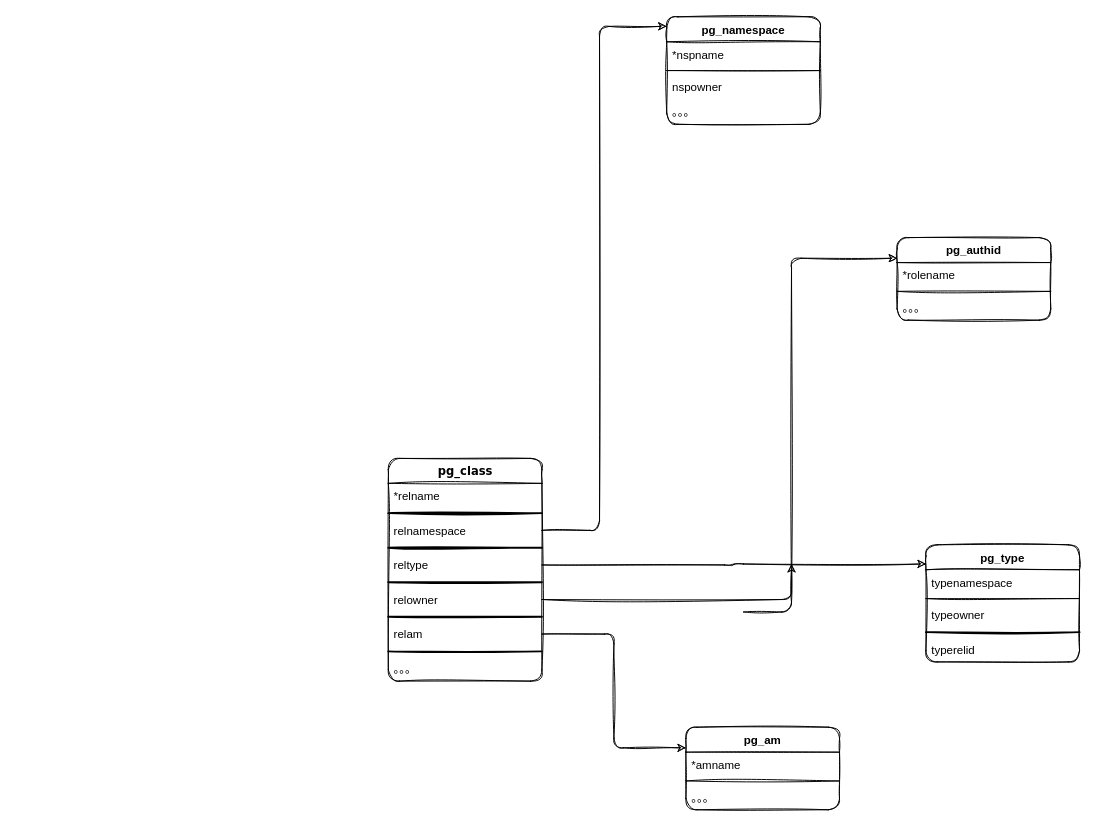
Above: Untitled Diagram.drawio in nullemp/algorithm-visualizer (draw.io), before the change. Source tidied: cells renumbered, new cells numbered last; positions are measured from the earlier drawing's top-left corner, leaving out a move shared by most shapes. Both pictures are drawn from the tidied source at 96%, with x=0, y=0 at pixel (388, 16).
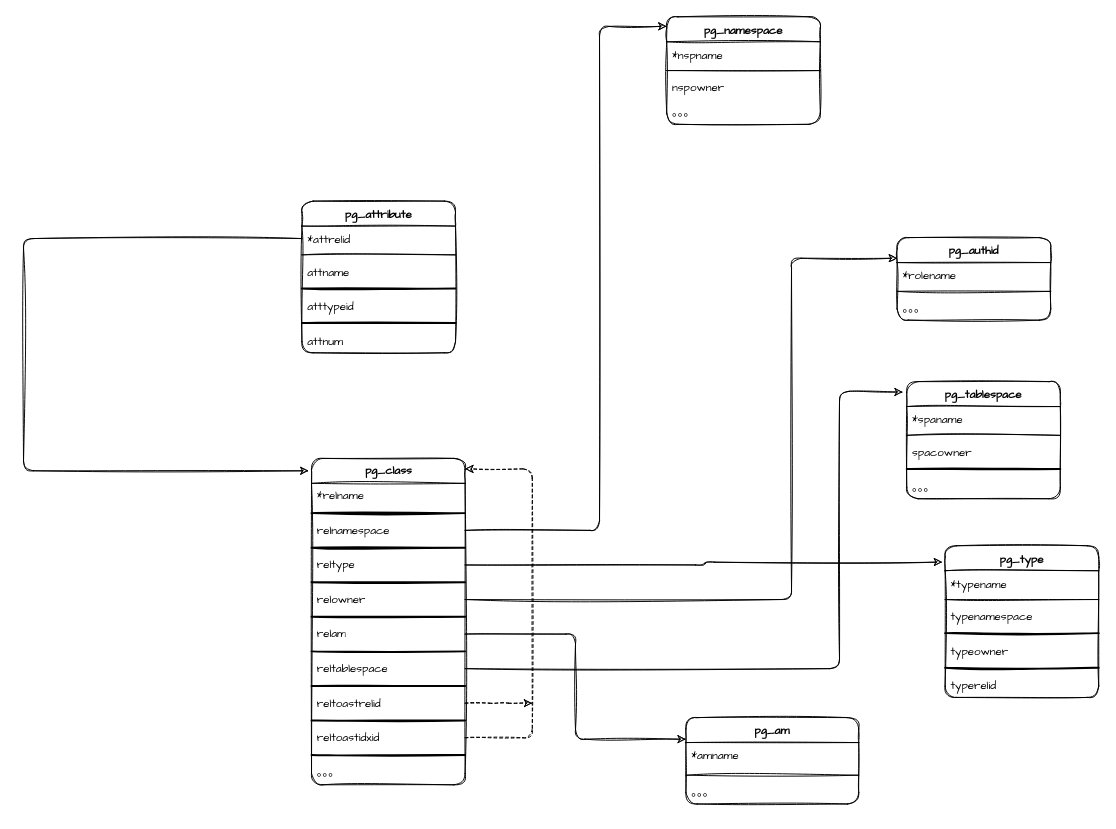
Above is the later version.

Diff of the diagram source:
```diff
@@
-    <mxCell id="2" value="pg_class&lt;br&gt;" style="swimlane;html=1;fontStyle=1;align=center;verticalAlign=top;horizontal=1;startSize=26;swimlaneFillColor=#ffffff;shadow=0;comic=0;labelBackgroundColor=none;strokeWidth=1;fillColor=none;fontFamily=Verdana;fontSize=12;sketch=1;rounded=1;" parent="1" vertex="1">
-      <mxGeometry y="460" width="160" height="232" as="geometry" />
+    <mxCell id="2" value="pg_class&lt;br&gt;" style="swimlane;html=1;fontStyle=1;align=center;verticalAlign=top;horizontal=1;startSize=26;swimlaneFillColor=#ffffff;shadow=0;comic=0;labelBackgroundColor=none;strokeWidth=1;fillColor=none;fontFamily=Comic Sans MS;fontSize=12;sketch=1;rounded=1;" parent="1" vertex="1">
+      <mxGeometry x="-80" y="460" width="160" height="340" as="geometry" />
     </mxCell>
-    <mxCell id="3" value="*relname" style="text;html=1;strokeColor=none;fillColor=none;align=left;verticalAlign=top;spacingLeft=4;spacingRight=4;whiteSpace=wrap;overflow=hidden;sketch=1;rounded=1;" parent="2" vertex="1">
+    <mxCell id="3" value="*relname" style="text;html=1;strokeColor=none;fillColor=none;align=left;verticalAlign=top;spacingLeft=4;spacingRight=4;whiteSpace=wrap;overflow=hidden;sketch=1;rounded=1;fontFamily=Comic Sans MS;" parent="2" vertex="1">
       <mxGeometry y="26" width="160" height="26" as="geometry" />
     </mxCell>
-    <mxCell id="4" style="line;strokeWidth=2;html=1;rounded=1;sketch=1;" parent="2" vertex="1">
+    <mxCell id="4" style="line;strokeWidth=2;html=1;rounded=1;sketch=1;fontFamily=Comic Sans MS;" parent="2" vertex="1">
       <mxGeometry y="52" width="160" height="10" as="geometry" />
     </mxCell>
-    <mxCell id="5" value="relnamespace" style="text;html=1;align=left;verticalAlign=top;spacingLeft=4;spacingRight=4;whiteSpace=wrap;overflow=hidden;points=[[0,0.5],[1,0.5]];portConstraint=eastwest;sketch=1;rounded=1;" parent="2" vertex="1">
+    <mxCell id="5" value="relnamespace" style="text;html=1;align=left;verticalAlign=top;spacingLeft=4;spacingRight=4;whiteSpace=wrap;overflow=hidden;points=[[0,0.5],[1,0.5]];portConstraint=eastwest;sketch=1;rounded=1;fontFamily=Comic Sans MS;" parent="2" vertex="1">
       <mxGeometry y="62" width="160" height="26" as="geometry" />
     </mxCell>
-    <mxCell id="6" style="line;strokeWidth=2;html=1;rounded=1;sketch=1;" parent="2" vertex="1">
+    <mxCell id="6" style="line;strokeWidth=2;html=1;rounded=1;sketch=1;fontFamily=Comic Sans MS;" parent="2" vertex="1">
       <mxGeometry y="88" width="160" height="10" as="geometry" />
     </mxCell>
-    <mxCell id="7" value="reltype" style="text;html=1;strokeColor=none;fillColor=none;align=left;verticalAlign=top;spacingLeft=4;spacingRight=4;whiteSpace=wrap;overflow=hidden;points=[[0,0.5],[1,0.5]];portConstraint=eastwest;sketch=1;rounded=1;" parent="2" vertex="1">
+    <mxCell id="7" value="reltype" style="text;html=1;strokeColor=none;fillColor=none;align=left;verticalAlign=top;spacingLeft=4;spacingRight=4;whiteSpace=wrap;overflow=hidden;points=[[0,0.5],[1,0.5]];portConstraint=eastwest;sketch=1;rounded=1;fontFamily=Comic Sans MS;" parent="2" vertex="1">
       <mxGeometry y="98" width="160" height="26" as="geometry" />
     </mxCell>
-    <mxCell id="8" style="line;strokeWidth=2;html=1;rounded=1;sketch=1;" parent="2" vertex="1">
+    <mxCell id="8" style="line;strokeWidth=2;html=1;rounded=1;sketch=1;fontFamily=Comic Sans MS;" parent="2" vertex="1">
       <mxGeometry y="124" width="160" height="10" as="geometry" />
     </mxCell>
-    <mxCell id="9" value="relowner" style="text;html=1;strokeColor=none;fillColor=none;align=left;verticalAlign=top;spacingLeft=4;spacingRight=4;whiteSpace=wrap;overflow=hidden;points=[[0,0.5],[1,0.5]];portConstraint=eastwest;sketch=1;rounded=1;" parent="2" vertex="1">
+    <mxCell id="9" value="relowner" style="text;html=1;strokeColor=none;fillColor=none;align=left;verticalAlign=top;spacingLeft=4;spacingRight=4;whiteSpace=wrap;overflow=hidden;points=[[0,0.5],[1,0.5]];portConstraint=eastwest;sketch=1;rounded=1;fontFamily=Comic Sans MS;" parent="2" vertex="1">
       <mxGeometry y="134" width="160" height="26" as="geometry" />
     </mxCell>
-    <mxCell id="10" style="line;strokeWidth=2;html=1;rounded=1;sketch=1;" parent="2" vertex="1">
+    <mxCell id="10" style="line;strokeWidth=2;html=1;rounded=1;sketch=1;fontFamily=Comic Sans MS;" parent="2" vertex="1">
       <mxGeometry y="160" width="160" height="10" as="geometry" />
     </mxCell>
-    <mxCell id="11" value="relam" style="text;html=1;strokeColor=none;fillColor=none;align=left;verticalAlign=top;spacingLeft=4;spacingRight=4;whiteSpace=wrap;overflow=hidden;points=[[0,0.5],[1,0.5]];portConstraint=eastwest;sketch=1;rounded=1;" parent="2" vertex="1">
+    <mxCell id="11" value="relam" style="text;html=1;strokeColor=none;fillColor=none;align=left;verticalAlign=top;spacingLeft=4;spacingRight=4;whiteSpace=wrap;overflow=hidden;points=[[0,0.5],[1,0.5]];portConstraint=eastwest;sketch=1;rounded=1;fontFamily=Comic Sans MS;" parent="2" vertex="1">
       <mxGeometry y="170" width="160" height="26" as="geometry" />
     </mxCell>
-    <mxCell id="12" style="line;strokeWidth=2;html=1;rounded=1;sketch=1;" parent="2" vertex="1">
+    <mxCell id="12" style="line;strokeWidth=2;html=1;rounded=1;sketch=1;fontFamily=Comic Sans MS;" parent="2" vertex="1">
       <mxGeometry y="196" width="160" height="10" as="geometry" />
     </mxCell>
-    <mxCell id="13" value="。。。" style="text;html=1;strokeColor=none;fillColor=none;align=left;verticalAlign=top;spacingLeft=4;spacingRight=4;whiteSpace=wrap;overflow=hidden;points=[[0,0.5],[1,0.5]];portConstraint=eastwest;sketch=1;rounded=1;" parent="2" vertex="1">
+    <mxCell id="13" value="reltablespace" style="text;html=1;strokeColor=none;fillColor=none;align=left;verticalAlign=top;spacingLeft=4;spacingRight=4;whiteSpace=wrap;overflow=hidden;points=[[0,0.5],[1,0.5]];portConstraint=eastwest;sketch=1;rounded=1;fontFamily=Comic Sans MS;" parent="2" vertex="1">
       <mxGeometry y="206" width="160" height="26" as="geometry" />
     </mxCell>
+    <mxCell id="38" style="line;strokeWidth=2;html=1;rounded=1;sketch=1;fontFamily=Comic Sans MS;" parent="2" vertex="1">
+      <mxGeometry y="232" width="160" height="10" as="geometry" />
+    </mxCell>
+    <mxCell id="39" value="reltoastrelid" style="text;html=1;strokeColor=none;fillColor=none;align=left;verticalAlign=top;spacingLeft=4;spacingRight=4;whiteSpace=wrap;overflow=hidden;points=[[0,0.5],[1,0.5]];portConstraint=eastwest;sketch=1;rounded=1;fontFamily=Comic Sans MS;" parent="2" vertex="1">
+      <mxGeometry y="242" width="160" height="26" as="geometry" />
+    </mxCell>
+    <mxCell id="40" style="line;strokeWidth=2;html=1;rounded=1;sketch=1;fontFamily=Comic Sans MS;" parent="2" vertex="1">
+      <mxGeometry y="268" width="160" height="10" as="geometry" />
+    </mxCell>
+    <mxCell id="41" value="reltoastidxid" style="text;html=1;strokeColor=none;fillColor=none;align=left;verticalAlign=top;spacingLeft=4;spacingRight=4;whiteSpace=wrap;overflow=hidden;points=[[0,0.5],[1,0.5]];portConstraint=eastwest;sketch=1;rounded=1;fontFamily=Comic Sans MS;" parent="2" vertex="1">
+      <mxGeometry y="278" width="160" height="26" as="geometry" />
+    </mxCell>
+    <mxCell id="42" style="line;strokeWidth=2;html=1;rounded=1;sketch=1;fontFamily=Comic Sans MS;" parent="2" vertex="1">
+      <mxGeometry y="304" width="160" height="10" as="geometry" />
+    </mxCell>
+    <mxCell id="43" value="。。。" style="text;html=1;strokeColor=none;fillColor=none;align=left;verticalAlign=top;spacingLeft=4;spacingRight=4;whiteSpace=wrap;overflow=hidden;sketch=1;rounded=1;fontFamily=Comic Sans MS;" parent="2" vertex="1">
+      <mxGeometry y="314" width="160" height="26" as="geometry" />
+    </mxCell>
+    <mxCell id="44" style="edgeStyle=segmentEdgeStyle;endArrow=classic;html=1;rounded=1;sketch=1;fontFamily=Comic Sans MS;entryX=1;entryY=0.032;entryDx=0;entryDy=0;entryPerimeter=0;dashed=1;" parent="2" edge="1" source="41" target="2">
+      <mxGeometry relative="1" as="geometry">
+        <Array as="points">
+          <mxPoint x="230" y="291" />
+          <mxPoint x="230" y="11" />
+        </Array>
+      </mxGeometry>
+    </mxCell>
@@
-    <mxCell id="15" value="pg_namespace" style="swimlane;fontStyle=1;align=center;verticalAlign=top;horizontal=1;startSize=26;rounded=1;sketch=1;" parent="1" vertex="1">
+    <mxCell id="15" value="pg_namespace" style="swimlane;fontStyle=1;align=center;verticalAlign=top;horizontal=1;startSize=26;rounded=1;sketch=1;fontFamily=Comic Sans MS;" parent="1" vertex="1">
       <mxGeometry x="290" width="160" height="112" as="geometry" />
     </mxCell>
-    <mxCell id="16" value="*nspname" style="text;strokeColor=none;fillColor=none;align=left;verticalAlign=top;spacingLeft=4;spacingRight=4;overflow=hidden;rounded=1;sketch=1;" parent="15" vertex="1">
+    <mxCell id="16" value="*nspname" style="text;strokeColor=none;fillColor=none;align=left;verticalAlign=top;spacingLeft=4;spacingRight=4;overflow=hidden;rounded=1;sketch=1;fontFamily=Comic Sans MS;" parent="15" vertex="1">
       <mxGeometry y="26" width="160" height="26" as="geometry" />
     </mxCell>
-    <mxCell id="17" style="line;strokeWidth=1;fillColor=none;align=left;verticalAlign=middle;spacingTop=-1;spacingLeft=3;spacingRight=3;labelPosition=right;rounded=1;sketch=1;" parent="15" vertex="1">
+    <mxCell id="17" style="line;strokeWidth=1;fillColor=none;align=left;verticalAlign=middle;spacingTop=-1;spacingLeft=3;spacingRight=3;labelPosition=right;rounded=1;sketch=1;fontFamily=Comic Sans MS;" parent="15" vertex="1">
       <mxGeometry y="52" width="160" height="8" as="geometry" />
     </mxCell>
-    <mxCell id="18" value="nspowner&#10;" style="text;strokeColor=none;fillColor=none;align=left;verticalAlign=top;spacingLeft=4;spacingRight=4;overflow=hidden;rounded=1;sketch=1;" parent="15" vertex="1">
+    <mxCell id="18" value="nspowner&#10;" style="text;strokeColor=none;fillColor=none;align=left;verticalAlign=top;spacingLeft=4;spacingRight=4;overflow=hidden;rounded=1;sketch=1;fontFamily=Comic Sans MS;" parent="15" vertex="1">
       <mxGeometry y="60" width="160" height="26" as="geometry" />
     </mxCell>
-    <mxCell id="19" value="。。。" style="text;strokeColor=none;fillColor=none;align=left;verticalAlign=top;spacingLeft=4;spacingRight=4;overflow=hidden;rounded=1;sketch=1;" parent="15" vertex="1">
+    <mxCell id="19" value="。。。" style="text;strokeColor=none;fillColor=none;align=left;verticalAlign=top;spacingLeft=4;spacingRight=4;overflow=hidden;rounded=1;sketch=1;fontFamily=Comic Sans MS;" parent="15" vertex="1">
       <mxGeometry y="86" width="160" height="26" as="geometry" />
     </mxCell>
-    <mxCell id="20" value="pg_type" style="swimlane;fontStyle=1;align=center;verticalAlign=top;horizontal=1;startSize=26;rounded=1;sketch=1;" parent="1" vertex="1">
-      <mxGeometry x="560" y="550" width="160" height="122" as="geometry" />
+    <mxCell id="20" value="pg_type" style="swimlane;fontStyle=1;align=center;verticalAlign=top;horizontal=1;startSize=26;rounded=1;sketch=1;fontFamily=Comic Sans MS;" parent="1" vertex="1">
+      <mxGeometry x="580" y="551" width="160" height="158" as="geometry" />
     </mxCell>
-    <mxCell id="21" value="typenamespace" style="text;strokeColor=none;fillColor=none;align=left;verticalAlign=top;spacingLeft=4;spacingRight=4;overflow=hidden;rounded=1;sketch=1;" parent="20" vertex="1">
+    <mxCell id="21" value="*typename" style="text;strokeColor=none;fillColor=none;align=left;verticalAlign=top;spacingLeft=4;spacingRight=4;overflow=hidden;rounded=1;sketch=1;fontFamily=Comic Sans MS;" parent="20" vertex="1">
       <mxGeometry y="26" width="160" height="26" as="geometry" />
     </mxCell>
-    <mxCell id="22" style="line;strokeWidth=1;fillColor=none;align=left;verticalAlign=middle;spacingTop=-1;spacingLeft=3;spacingRight=3;labelPosition=right;rounded=1;sketch=1;" parent="20" vertex="1">
+    <mxCell id="22" style="line;strokeWidth=1;fillColor=none;align=left;verticalAlign=middle;spacingTop=-1;spacingLeft=3;spacingRight=3;labelPosition=right;rounded=1;sketch=1;fontFamily=Comic Sans MS;" parent="20" vertex="1">
       <mxGeometry y="52" width="160" height="8" as="geometry" />
     </mxCell>
-    <mxCell id="23" value="typeowner" style="text;strokeColor=none;fillColor=none;align=left;verticalAlign=top;spacingLeft=4;spacingRight=4;overflow=hidden;rounded=1;sketch=1;" parent="20" vertex="1">
+    <mxCell id="23" value="typenamespace" style="text;strokeColor=none;fillColor=none;align=left;verticalAlign=top;spacingLeft=4;spacingRight=4;overflow=hidden;rounded=1;sketch=1;fontFamily=Comic Sans MS;" parent="20" vertex="1">
       <mxGeometry y="60" width="160" height="26" as="geometry" />
     </mxCell>
-    <mxCell id="24" style="line;strokeWidth=2;html=1;rounded=1;sketch=1;" parent="20" vertex="1">
+    <mxCell id="24" style="line;strokeWidth=2;html=1;rounded=1;sketch=1;fontFamily=Comic Sans MS;" parent="20" vertex="1">
       <mxGeometry y="86" width="160" height="10" as="geometry" />
     </mxCell>
-    <mxCell id="25" value="typerelid" style="text;strokeColor=none;fillColor=none;align=left;verticalAlign=top;spacingLeft=4;spacingRight=4;overflow=hidden;rounded=1;sketch=1;" parent="20" vertex="1">
+    <mxCell id="25" value="typeowner" style="text;strokeColor=none;fillColor=none;align=left;verticalAlign=top;spacingLeft=4;spacingRight=4;overflow=hidden;rounded=1;sketch=1;fontFamily=Comic Sans MS;" parent="20" vertex="1">
       <mxGeometry y="96" width="160" height="26" as="geometry" />
     </mxCell>
-    <mxCell id="26" style="edgeStyle=orthogonalEdgeStyle;rounded=1;sketch=1;jettySize=auto;html=1;exitX=1;exitY=0.5;exitDx=0;exitDy=0;entryX=0;entryY=0.164;entryDx=0;entryDy=0;entryPerimeter=0;" parent="1" edge="1" source="7" target="20">
-      <mxGeometry relative="1" as="geometry" />
-    </mxCell>
+    <mxCell id="45" style="line;strokeWidth=2;html=1;rounded=1;sketch=1;fontFamily=Comic Sans MS;" parent="20" vertex="1">
+      <mxGeometry y="122" width="160" height="10" as="geometry" />
+    </mxCell>
+    <mxCell id="46" value="typerelid" style="text;strokeColor=none;fillColor=none;align=left;verticalAlign=top;spacingLeft=4;spacingRight=4;overflow=hidden;rounded=1;sketch=1;fontFamily=Comic Sans MS;" parent="20" vertex="1">
+      <mxGeometry y="132" width="160" height="26" as="geometry" />
+    </mxCell>
-    <mxCell id="27" value="pg_authid" style="swimlane;fontStyle=1;align=center;verticalAlign=top;horizontal=1;startSize=26;rounded=1;sketch=1;" parent="1" vertex="1">
+    <mxCell id="27" value="pg_authid" style="swimlane;fontStyle=1;align=center;verticalAlign=top;horizontal=1;startSize=26;rounded=1;sketch=1;fontFamily=Comic Sans MS;" parent="1" vertex="1">
       <mxGeometry x="530" y="230" width="160" height="86" as="geometry" />
     </mxCell>
-    <mxCell id="28" value="*rolename" style="text;strokeColor=none;fillColor=none;align=left;verticalAlign=top;spacingLeft=4;spacingRight=4;overflow=hidden;rounded=1;sketch=1;" parent="27" vertex="1">
+    <mxCell id="28" value="*rolename" style="text;strokeColor=none;fillColor=none;align=left;verticalAlign=top;spacingLeft=4;spacingRight=4;overflow=hidden;rounded=1;sketch=1;fontFamily=Comic Sans MS;" parent="27" vertex="1">
       <mxGeometry y="26" width="160" height="26" as="geometry" />
     </mxCell>
-    <mxCell id="29" style="line;strokeWidth=1;fillColor=none;align=left;verticalAlign=middle;spacingTop=-1;spacingLeft=3;spacingRight=3;labelPosition=right;rounded=1;sketch=1;" parent="27" vertex="1">
+    <mxCell id="29" style="line;strokeWidth=1;fillColor=none;align=left;verticalAlign=middle;spacingTop=-1;spacingLeft=3;spacingRight=3;labelPosition=right;rounded=1;sketch=1;fontFamily=Comic Sans MS;" parent="27" vertex="1">
       <mxGeometry y="52" width="160" height="8" as="geometry" />
     </mxCell>
-    <mxCell id="30" value="。。。" style="text;strokeColor=none;fillColor=none;align=left;verticalAlign=top;spacingLeft=4;spacingRight=4;overflow=hidden;rounded=1;sketch=1;" parent="27" vertex="1">
+    <mxCell id="30" value="。。。" style="text;strokeColor=none;fillColor=none;align=left;verticalAlign=top;spacingLeft=4;spacingRight=4;overflow=hidden;rounded=1;sketch=1;fontFamily=Comic Sans MS;" parent="27" vertex="1">
       <mxGeometry y="60" width="160" height="26" as="geometry" />
     </mxCell>
@@
-    <mxCell id="32" value="pg_am" style="swimlane;fontStyle=1;align=center;verticalAlign=top;horizontal=1;startSize=26;rounded=1;sketch=1;" parent="1" vertex="1">
-      <mxGeometry x="310" y="740" width="160" height="86" as="geometry" />
+    <mxCell id="32" value="pg_am" style="swimlane;fontStyle=1;align=center;verticalAlign=top;horizontal=1;startSize=26;rounded=1;sketch=1;fontFamily=Comic Sans MS;" parent="1" vertex="1">
+      <mxGeometry x="310" y="730" width="180" height="90" as="geometry" />
     </mxCell>
-    <mxCell id="33" value="*amname" style="text;strokeColor=none;fillColor=none;align=left;verticalAlign=top;spacingLeft=4;spacingRight=4;overflow=hidden;rounded=1;sketch=1;" parent="32" vertex="1">
-      <mxGeometry y="26" width="160" height="26" as="geometry" />
+    <mxCell id="33" value="*amname" style="text;strokeColor=none;fillColor=none;align=left;verticalAlign=top;spacingLeft=4;spacingRight=4;overflow=hidden;rounded=1;sketch=1;fontFamily=Comic Sans MS;" parent="32" vertex="1">
+      <mxGeometry y="26" width="180" height="30" as="geometry" />
     </mxCell>
-    <mxCell id="34" style="line;strokeWidth=1;fillColor=none;align=left;verticalAlign=middle;spacingTop=-1;spacingLeft=3;spacingRight=3;labelPosition=right;rounded=1;sketch=1;" parent="32" vertex="1">
-      <mxGeometry y="52" width="160" height="8" as="geometry" />
+    <mxCell id="34" style="line;strokeWidth=1;fillColor=none;align=left;verticalAlign=middle;spacingTop=-1;spacingLeft=3;spacingRight=3;labelPosition=right;rounded=1;sketch=1;fontFamily=Comic Sans MS;" parent="32" vertex="1">
+      <mxGeometry y="56" width="180" height="8" as="geometry" />
     </mxCell>
-    <mxCell id="35" value="。。。" style="text;strokeColor=none;fillColor=none;align=left;verticalAlign=top;spacingLeft=4;spacingRight=4;overflow=hidden;rounded=1;sketch=1;" parent="32" vertex="1">
-      <mxGeometry y="60" width="160" height="26" as="geometry" />
+    <mxCell id="35" value="。。。" style="text;strokeColor=none;fillColor=none;align=left;verticalAlign=top;spacingLeft=4;spacingRight=4;overflow=hidden;rounded=1;sketch=1;fontFamily=Comic Sans MS;" parent="32" vertex="1">
+      <mxGeometry y="64" width="180" height="26" as="geometry" />
     </mxCell>
-    <mxCell id="36" style="edgeStyle=segmentEdgeStyle;endArrow=classic;html=1;rounded=1;sketch=1;" parent="1" edge="1">
-      <mxGeometry relative="1" as="geometry">
-        <mxPoint x="370" y="620" as="sourcePoint" />
-        <mxPoint x="420" y="570" as="targetPoint" />
-      </mxGeometry>
-    </mxCell>
@@
+    <mxCell id="47" style="edgeStyle=orthogonalEdgeStyle;rounded=1;sketch=1;jettySize=auto;html=1;exitX=1;exitY=0.5;exitDx=0;exitDy=0;dashed=1;fontFamily=Comic Sans MS;" parent="1" edge="1" source="39">
+      <mxGeometry relative="1" as="geometry">
+        <mxPoint x="150" y="715" as="targetPoint" />
+      </mxGeometry>
+    </mxCell>
+    <mxCell id="48" value="pg_tablespace" style="swimlane;fontStyle=1;align=center;verticalAlign=top;horizontal=1;startSize=26;rounded=1;sketch=1;fontFamily=Comic Sans MS;" parent="1" vertex="1">
+      <mxGeometry x="540" y="380" width="160" height="122" as="geometry" />
+    </mxCell>
+    <mxCell id="49" value="*spaname" style="text;strokeColor=none;fillColor=none;align=left;verticalAlign=top;spacingLeft=4;spacingRight=4;overflow=hidden;rounded=1;sketch=1;fontFamily=Comic Sans MS;" parent="48" vertex="1">
+      <mxGeometry y="26" width="160" height="26" as="geometry" />
+    </mxCell>
+    <mxCell id="50" style="line;strokeWidth=1;fillColor=none;align=left;verticalAlign=middle;spacingTop=-1;spacingLeft=3;spacingRight=3;labelPosition=right;rounded=1;sketch=1;fontFamily=Comic Sans MS;" parent="48" vertex="1">
+      <mxGeometry y="52" width="160" height="8" as="geometry" />
+    </mxCell>
+    <mxCell id="51" value="spacowner" style="text;strokeColor=none;fillColor=none;align=left;verticalAlign=top;spacingLeft=4;spacingRight=4;overflow=hidden;rounded=1;sketch=1;fontFamily=Comic Sans MS;" parent="48" vertex="1">
+      <mxGeometry y="60" width="160" height="26" as="geometry" />
+    </mxCell>
+    <mxCell id="52" style="line;strokeWidth=2;html=1;rounded=1;sketch=1;fontFamily=Comic Sans MS;" parent="48" vertex="1">
+      <mxGeometry y="86" width="160" height="10" as="geometry" />
+    </mxCell>
+    <mxCell id="53" value="。。。" style="text;strokeColor=none;fillColor=none;align=left;verticalAlign=top;spacingLeft=4;spacingRight=4;overflow=hidden;rounded=1;sketch=1;fontFamily=Comic Sans MS;" parent="48" vertex="1">
+      <mxGeometry y="96" width="160" height="26" as="geometry" />
+    </mxCell>
+    <mxCell id="54" style="edgeStyle=segmentEdgeStyle;endArrow=classic;html=1;rounded=1;sketch=1;fontFamily=Comic Sans MS;exitX=1;exitY=0.5;exitDx=0;exitDy=0;entryX=-0.025;entryY=0.09;entryDx=0;entryDy=0;entryPerimeter=0;" parent="1" edge="1" source="13" target="48">
+      <mxGeometry relative="1" as="geometry">
+        <Array as="points">
+          <mxPoint x="470" y="679" />
+          <mxPoint x="470" y="390" />
+        </Array>
+      </mxGeometry>
+    </mxCell>
+    <mxCell id="26" style="edgeStyle=orthogonalEdgeStyle;rounded=1;sketch=1;jettySize=auto;html=1;exitX=1;exitY=0.5;exitDx=0;exitDy=0;entryX=-0.019;entryY=0.108;entryDx=0;entryDy=0;entryPerimeter=0;fontFamily=Comic Sans MS;" parent="1" edge="1" source="7" target="20">
+      <mxGeometry relative="1" as="geometry" />
+    </mxCell>
+    <mxCell id="55" value="pg_attribute" style="swimlane;fontStyle=1;align=center;verticalAlign=top;horizontal=1;startSize=26;rounded=1;sketch=1;fontFamily=Comic Sans MS;" parent="1" vertex="1">
+      <mxGeometry x="-90" y="192" width="160" height="158" as="geometry" />
+    </mxCell>
+    <mxCell id="56" value="*attrelid" style="text;strokeColor=none;fillColor=none;align=left;verticalAlign=top;spacingLeft=4;spacingRight=4;overflow=hidden;points=[[0,0.5],[1,0.5]];portConstraint=eastwest;rounded=1;sketch=1;fontFamily=Comic Sans MS;" parent="55" vertex="1">
+      <mxGeometry y="26" width="160" height="26" as="geometry" />
+    </mxCell>
+    <mxCell id="57" style="line;strokeWidth=1;fillColor=none;align=left;verticalAlign=middle;spacingTop=-1;spacingLeft=3;spacingRight=3;labelPosition=right;rounded=1;sketch=1;fontFamily=Comic Sans MS;" parent="55" vertex="1">
+      <mxGeometry y="52" width="160" height="8" as="geometry" />
+    </mxCell>
+    <mxCell id="58" value="attname" style="text;strokeColor=none;fillColor=none;align=left;verticalAlign=top;spacingLeft=4;spacingRight=4;overflow=hidden;rounded=1;sketch=1;fontFamily=Comic Sans MS;" parent="55" vertex="1">
+      <mxGeometry y="60" width="160" height="26" as="geometry" />
+    </mxCell>
+    <mxCell id="59" style="line;strokeWidth=2;html=1;rounded=1;sketch=1;fontFamily=Comic Sans MS;" parent="55" vertex="1">
+      <mxGeometry y="86" width="160" height="10" as="geometry" />
+    </mxCell>
+    <mxCell id="60" value="atttypeid" style="text;strokeColor=none;fillColor=none;align=left;verticalAlign=top;spacingLeft=4;spacingRight=4;overflow=hidden;rounded=1;sketch=1;fontFamily=Comic Sans MS;" parent="55" vertex="1">
+      <mxGeometry y="96" width="160" height="26" as="geometry" />
+    </mxCell>
+    <mxCell id="61" style="line;strokeWidth=2;html=1;rounded=1;sketch=1;fontFamily=Comic Sans MS;" parent="55" vertex="1">
+      <mxGeometry y="122" width="160" height="10" as="geometry" />
+    </mxCell>
+    <mxCell id="62" value="attnum" style="text;strokeColor=none;fillColor=none;align=left;verticalAlign=top;spacingLeft=4;spacingRight=4;overflow=hidden;rounded=1;sketch=1;fontFamily=Comic Sans MS;" parent="55" vertex="1">
+      <mxGeometry y="132" width="160" height="26" as="geometry" />
+    </mxCell>
+    <mxCell id="63" style="edgeStyle=orthogonalEdgeStyle;rounded=1;sketch=1;jettySize=auto;html=1;exitX=0;exitY=0.5;exitDx=0;exitDy=0;fontFamily=Comic Sans MS;entryX=-0.019;entryY=0.038;entryDx=0;entryDy=0;entryPerimeter=0;" parent="1" edge="1" source="56" target="2">
+      <mxGeometry relative="1" as="geometry">
+        <Array as="points">
+          <mxPoint x="-380" y="231" />
+          <mxPoint x="-380" y="473" />
+        </Array>
+      </mxGeometry>
+    </mxCell>
```
